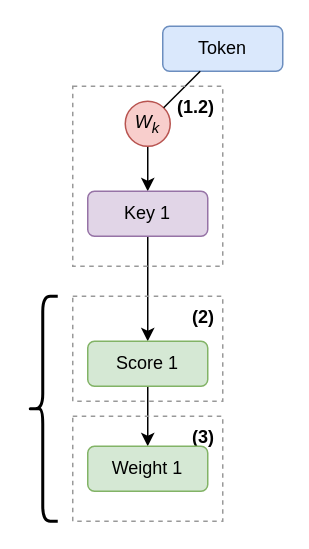
Before: book/images/attention/llm-flow-self-attention-weight.drawio in yshavit/llm-notes, a draw.io diagram. Source tidied: cells renumbered, new cells numbered last; positions are measured from the earlier drawing's top-left corner, leaving out a move shared by most shapes. Both pictures are drawn from the tidied source at 150%, with x=0, y=0 at pixel (27, 26).
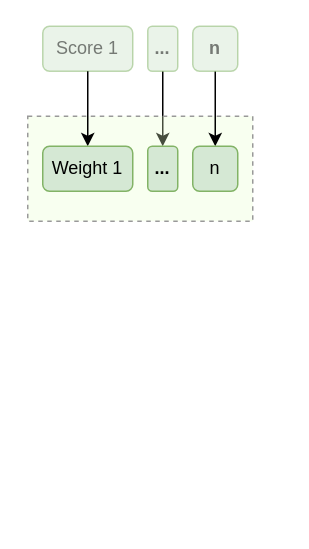
After the change.

Commit message (it also covers changes not shown here):
attention: calculating weights

Diff of the diagram source:
```diff
@@
 <mxGraphModel>
   <root>
     <mxCell id="0" />
     <mxCell id="1" parent="0" />
-    <mxCell id="2" style="edgeStyle=orthogonalEdgeStyle;rounded=0;jettySize=auto;html=1;" parent="1" edge="1" source="5" target="11">
-      <mxGeometry relative="1" as="geometry" />
-    </mxCell>
-    <mxCell id="3" value="Token" style="rounded=1;whiteSpace=wrap;html=1;fillColor=#dae8fc;strokeColor=#6c8ebf;" parent="1" vertex="1">
-      <mxGeometry x="90" width="80" height="30" as="geometry" />
-    </mxCell>
-    <mxCell id="4" style="rounded=0;jettySize=auto;html=1;entryX=0.5;entryY=0;entryDx=0;entryDy=0;" parent="1" edge="1" source="11" target="10">
-      <mxGeometry relative="1" as="geometry" />
-    </mxCell>
-    <mxCell id="5" value="W&lt;sub&gt;k&lt;/sub&gt;" style="ellipse;whiteSpace=wrap;html=1;fontStyle=2;fillColor=#f8cecc;strokeColor=#b85450;" parent="1" vertex="1">
-      <mxGeometry x="65" y="50" width="30" height="30" as="geometry" />
-    </mxCell>
-    <mxCell id="6" style="endArrow=none;html=1;rounded=0;" parent="1" edge="1" source="5" target="3">
-      <mxGeometry relative="1" as="geometry" />
-    </mxCell>
-    <mxCell id="7" value="(1.2)&amp;nbsp;" style="rounded=0;whiteSpace=wrap;html=1;fillColor=none;strokeColor=#999999;dashed=1;align=right;verticalAlign=top;fontStyle=1;" parent="1" vertex="1">
-      <mxGeometry x="30" y="40" width="100" height="120" as="geometry" />
-    </mxCell>
-    <mxCell id="8" value="(2)&amp;nbsp;" style="rounded=0;whiteSpace=wrap;html=1;fillColor=none;strokeColor=#999999;dashed=1;align=right;verticalAlign=top;fontStyle=1;" parent="1" vertex="1">
-      <mxGeometry x="30" y="180" width="100" height="70" as="geometry" />
-    </mxCell>
+    <mxCell id="15" style="edgeStyle=orthogonalEdgeStyle;rounded=0;jettySize=auto;html=1;exitX=0.5;exitY=1;exitDx=0;exitDy=0;entryX=0.5;entryY=0;entryDx=0;entryDy=0;" parent="1" edge="1" source="16" target="19">
+      <mxGeometry relative="1" as="geometry" />
+    </mxCell>
+    <mxCell id="16" value="..." style="rounded=1;whiteSpace=wrap;html=1;fillColor=#d5e8d4;strokeColor=#82b366;fontStyle=1;opacity=50;fontColor=#00000080;" parent="1" vertex="1">
+      <mxGeometry x="80" width="20" height="30" as="geometry" />
+    </mxCell>
+    <mxCell id="10" value="Score 1" style="rounded=1;whiteSpace=wrap;html=1;fillColor=#d5e8d4;strokeColor=#82b366;opacity=50;fontColor=#00000080;" parent="1" vertex="1">
+      <mxGeometry x="10" width="60" height="30" as="geometry" />
+    </mxCell>
+    <mxCell id="17" style="rounded=0;whiteSpace=wrap;html=1;strokeColor=none;fillColor=#E6FFCC4D;" parent="1" vertex="1">
+      <mxGeometry y="60" width="150" height="70" as="geometry" />
+    </mxCell>
+    <mxCell id="18" style="rounded=0;whiteSpace=wrap;html=1;fillColor=none;strokeColor=#999999;dashed=1;align=left;verticalAlign=middle;fontStyle=1;fillStyle=hatch;strokeWidth=1;gradientColor=none;" parent="1" vertex="1">
+      <mxGeometry y="60" width="150" height="70" as="geometry" />
+    </mxCell>
     <mxCell id="9" style="edgeStyle=orthogonalEdgeStyle;rounded=0;jettySize=auto;html=1;exitX=0.5;exitY=1;exitDx=0;exitDy=0;entryX=0.5;entryY=0;entryDx=0;entryDy=0;" parent="1" edge="1" source="10" target="13">
       <mxGeometry relative="1" as="geometry" />
     </mxCell>
-    <mxCell id="10" value="Score 1" style="rounded=1;whiteSpace=wrap;html=1;fillColor=#d5e8d4;strokeColor=#82b366;" parent="1" vertex="1">
-      <mxGeometry x="40" y="210" width="80" height="30" as="geometry" />
-    </mxCell>
-    <mxCell id="11" value="&lt;span&gt;Key 1&lt;/span&gt;" style="rounded=1;whiteSpace=wrap;html=1;fillColor=#e1d5e7;strokeColor=#9673a6;fontStyle=0;" parent="1" vertex="1">
-      <mxGeometry x="40" y="110" width="80" height="30" as="geometry" />
-    </mxCell>
-    <mxCell id="12" value="(3)&amp;nbsp;" style="rounded=0;whiteSpace=wrap;html=1;fillColor=none;strokeColor=#999999;dashed=1;align=right;verticalAlign=top;fontStyle=1;" parent="1" vertex="1">
-      <mxGeometry x="30" y="260" width="100" height="70" as="geometry" />
-    </mxCell>
+    <mxCell id="19" value="..." style="rounded=1;whiteSpace=wrap;html=1;fillColor=#d5e8d4;strokeColor=#82b366;fontStyle=1;" parent="1" vertex="1">
+      <mxGeometry x="80" y="80" width="20" height="30" as="geometry" />
+    </mxCell>
     <mxCell id="13" value="Weight 1" style="rounded=1;whiteSpace=wrap;html=1;fillColor=#d5e8d4;strokeColor=#82b366;" parent="1" vertex="1">
-      <mxGeometry x="40" y="280" width="80" height="30" as="geometry" />
+      <mxGeometry x="10" y="80" width="60" height="30" as="geometry" />
     </mxCell>
-    <mxCell id="14" style="shape=curlyBracket;whiteSpace=wrap;html=1;rounded=1;labelPosition=left;verticalLabelPosition=middle;align=right;verticalAlign=middle;strokeWidth=2;" parent="1" vertex="1">
-      <mxGeometry y="180" width="20" height="150" as="geometry" />
-    </mxCell>
+    <mxCell id="20" style="edgeStyle=orthogonalEdgeStyle;rounded=0;jettySize=auto;html=1;exitX=0.5;exitY=1;exitDx=0;exitDy=0;entryX=0.5;entryY=0;entryDx=0;entryDy=0;" parent="1" edge="1" source="21" target="22">
+      <mxGeometry relative="1" as="geometry" />
+    </mxCell>
+    <mxCell id="21" value="n" style="rounded=1;whiteSpace=wrap;html=1;fillColor=#d5e8d4;strokeColor=#82b366;fontStyle=1;opacity=50;fontColor=#00000080;" parent="1" vertex="1">
+      <mxGeometry x="110" width="30" height="30" as="geometry" />
+    </mxCell>
+    <mxCell id="22" value="n" style="rounded=1;whiteSpace=wrap;html=1;fillColor=#d5e8d4;strokeColor=#82b366;fontStyle=0;" parent="1" vertex="1">
+      <mxGeometry x="110" y="80" width="30" height="30" as="geometry" />
+    </mxCell>
   </root>
 </mxGraphModel>
```
